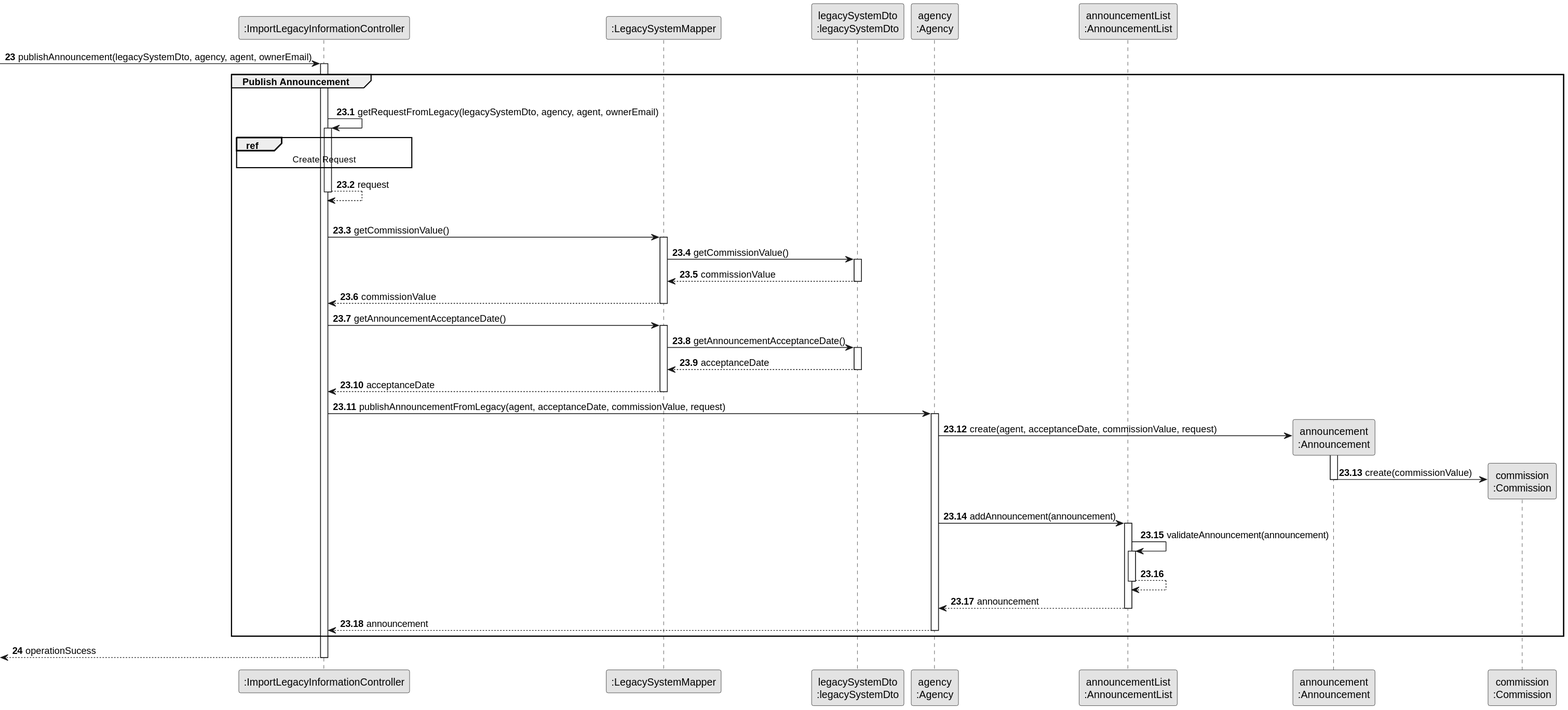
rita-barbosa/LAPR2-2223 keeps this PlantUML diagram as docs/sprintD/us012/03.design/svg/us012-sequence-diagram-partial-publish-announcement.svg. Above is the earlier version.
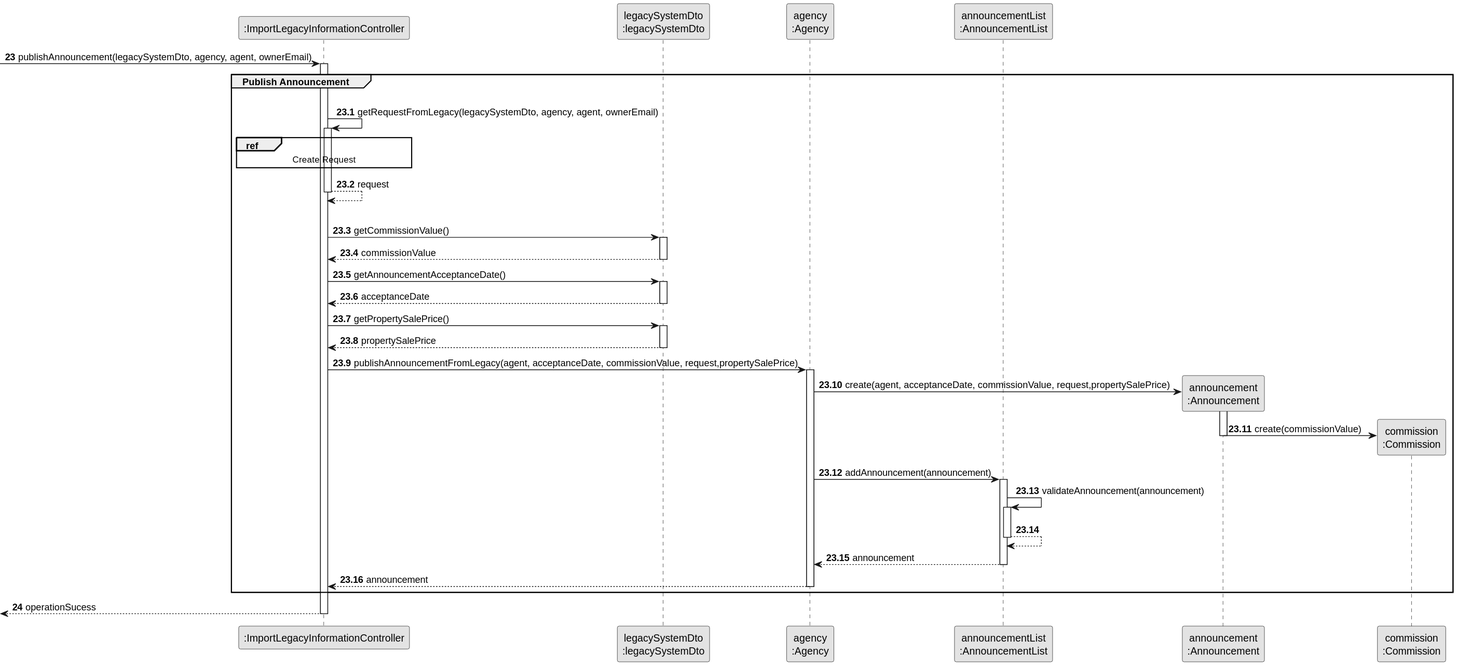
Above is the later version.

The edit, as a diff of the source:
```diff
@@ -3,7 +3,6 @@
 skinparam packageStyle rectangle
 skinparam shANNOUNCEowing false
 participant ":ImportLegacyInformationController" as CTRL
-participant ":LegacySystemMapper" as MAPPER
 participant "legacySystemDto\n:legacySystemDto" as DTO
 participant "agency\n:Agency" as AGENCY
 participant "announcementList\n:AnnouncementList" as LIST
@@ -31,34 +30,29 @@
         CTRL --> CTRL : request
     deactivate CTRL
 |||
-    CTRL -> MAPPER : getCommissionValue()
-    activate MAPPER
+    CTRL -> DTO : getCommissionValue()
+    activate DTO
 
-        MAPPER -> DTO : getCommissionValue()
-        activate DTO
+    DTO --> CTRL : commissionValue
+    deactivate DTO
 
-            DTO --> MAPPER : commissionValue
-        deactivate DTO
 
-        MAPPER --> CTRL : commissionValue
-    deactivate MAPPER
+    CTRL -> DTO : getAnnouncementAcceptanceDate()
+    activate DTO
 
-    CTRL -> MAPPER : getAnnouncementAcceptanceDate()
-    activate MAPPER
+        DTO --> CTRL : acceptanceDate
+    deactivate DTO
 
-        MAPPER -> DTO : getAnnouncementAcceptanceDate()
-        activate DTO
+ CTRL -> DTO : getPropertySalePrice()
+    activate DTO
 
-            DTO --> MAPPER : acceptanceDate
-        deactivate DTO
+        DTO --> CTRL : propertySalePrice
+    deactivate DTO
 
-        MAPPER --> CTRL : acceptanceDate
-    deactivate MAPPER
-
-    CTRL -> AGENCY : publishAnnouncementFromLegacy(agent, acceptanceDate, commissionValue, request)
+    CTRL -> AGENCY : publishAnnouncementFromLegacy(agent, acceptanceDate, commissionValue, request,propertySalePrice)
     activate AGENCY
 
-        AGENCY -> ANNOUNCE**: create(agent, acceptanceDate, commissionValue, request)
+        AGENCY -> ANNOUNCE**: create(agent, acceptanceDate, commissionValue, request,propertySalePrice)
         activate ANNOUNCE
 
         ANNOUNCE -> COMMISSION** : create(commissionValue)
```
